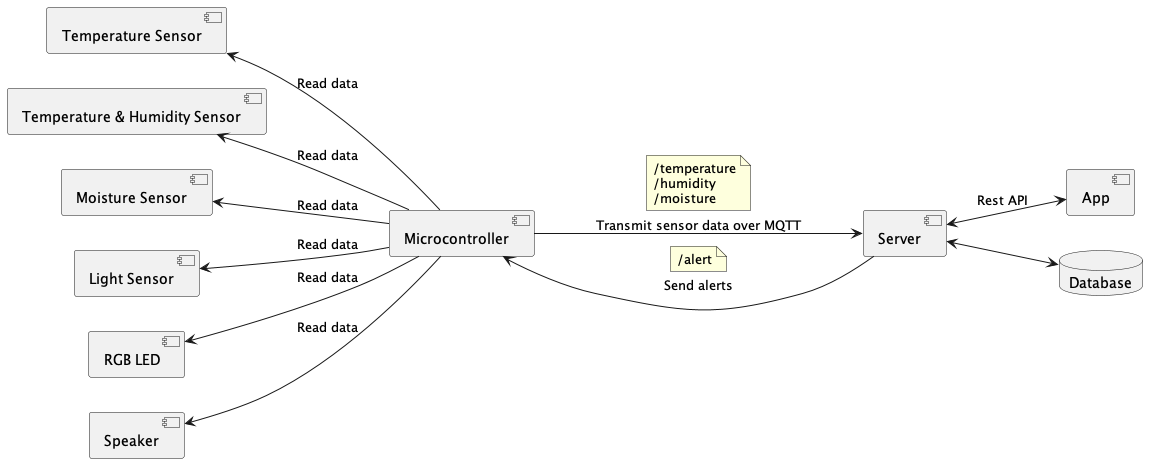
This is out/diagrams/system_design/System Design.png from Adam1927/PlantStein, a PlantUML export, as it was before one commit. Its diagram source:
```plantuml
@startuml System Design
left to right direction

component "Microcontroller"
component "Temperature Sensor" as TemperatureSensor
component "Temperature & Humidity Sensor" as TemperatureHumiditySensor
component "Moisture Sensor" as MoistureSensor
component "Light Sensor" as LightSensor
component "RGB LED" as RGBLED
component "Speaker" as Speaker

component Server
component App
database Database

TemperatureSensor <-- Microcontroller : Read data
TemperatureHumiditySensor <-- Microcontroller : Read data
MoistureSensor  <-- Microcontroller : Read data
LightSensor <-- Microcontroller : Read data
RGBLED <-- Microcontroller : Read data
Speaker <-- Microcontroller : Read data

Microcontroller --> Server : Transmit sensor data over MQTT
note top of link
  /temperature
  /humidity
  /moisture
end note

Server <--> Database

Server <--> App : Rest API

Server ---> Microcontroller : Send alerts
note top of link
    /alert
end note

@enduml
```
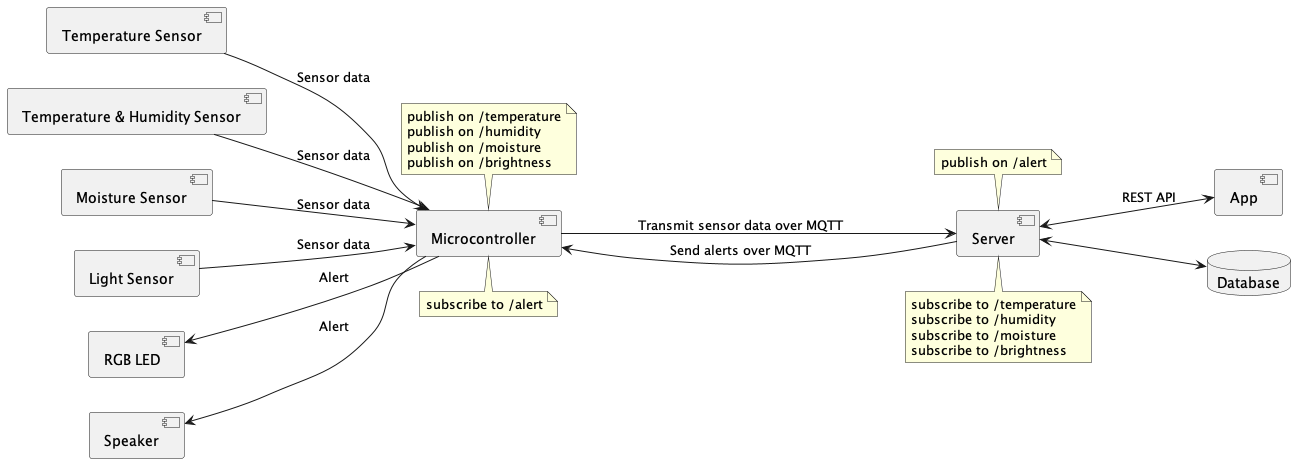
Later version of the same file.

Commit message:
Edit system design diagram #3

Small changes to the diagram, changed notes and labels on the arrows

The edit, as a diff of the source:
```diff
@@ -2,6 +2,17 @@
 left to right direction
 
 component "Microcontroller"
+note top of Microcontroller
+publish on /temperature
+publish on /humidity
+publish on /moisture
+publish on /brightness
+end note
+
+note bottom of Microcontroller
+subscribe to /alert
+end note
+
 component "Temperature Sensor" as TemperatureSensor
 component "Temperature & Humidity Sensor" as TemperatureHumiditySensor
 component "Moisture Sensor" as MoistureSensor
@@ -10,30 +21,34 @@
 component "Speaker" as Speaker
 
 component Server
+
+note top of Server
+publish on /alert
+end note
+
+note bottom of Server
+subscribe to /temperature
+subscribe to /humidity
+subscribe to /moisture
+subscribe to /brightness
+end note
+
 component App
 database Database
 
-TemperatureSensor <-- Microcontroller : Read data
-TemperatureHumiditySensor <-- Microcontroller : Read data
-MoistureSensor  <-- Microcontroller : Read data
-LightSensor <-- Microcontroller : Read data
-RGBLED <-- Microcontroller : Read data
-Speaker <-- Microcontroller : Read data
+TemperatureSensor --> Microcontroller : Sensor data
+TemperatureHumiditySensor --> Microcontroller : Sensor data
+MoistureSensor  --> Microcontroller : Sensor data
+LightSensor --> Microcontroller : Sensor data
+RGBLED <-- Microcontroller : Alert
+Speaker <-- Microcontroller : Alert
 
 Microcontroller --> Server : Transmit sensor data over MQTT
-note top of link
-  /temperature
-  /humidity
-  /moisture
-end note
 
 Server <--> Database
 
-Server <--> App : Rest API
+Server <--> App : REST API
 
-Server ---> Microcontroller : Send alerts
-note top of link
-    /alert
-end note
+Server ---> Microcontroller : Send alerts over MQTT
 
 @enduml
```
